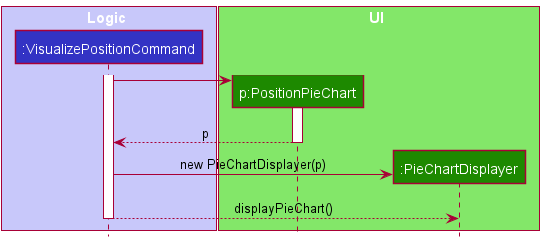
Above: docs/images/VisualizeSequenceDiagram.png in nus-cs2103-AY2122S1/tp (PlantUML), before the change.
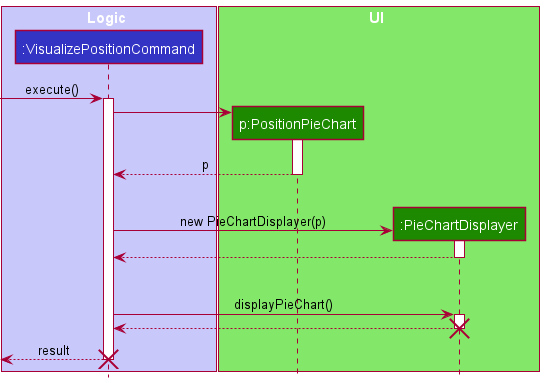
After the change.

Diff of the diagram source:
```diff
@@ -12,14 +12,23 @@
 participant ":PieChartDisplayer" as PieChartDisplayer UI_COLOR
 end box
 
-activate VisualizePositionCommand
+[-> VisualizePositionCommand ++ : execute()
 
 VisualizePositionCommand -> PositionPieChart **
 activate PositionPieChart
 return p
+|||
 
 VisualizePositionCommand -> PieChartDisplayer ** : new PieChartDisplayer(p)
+activate PieChartDisplayer
+return
+|||
 
-VisualizePositionCommand --> PieChartDisplayer : displayPieChart()
+VisualizePositionCommand -> PieChartDisplayer ++ : displayPieChart()
+return
+destroy PieChartDisplayer
+
+VisualizePositionCommand -->[ -- : result
+destroy VisualizePositionCommand
 
 @enduml
```
